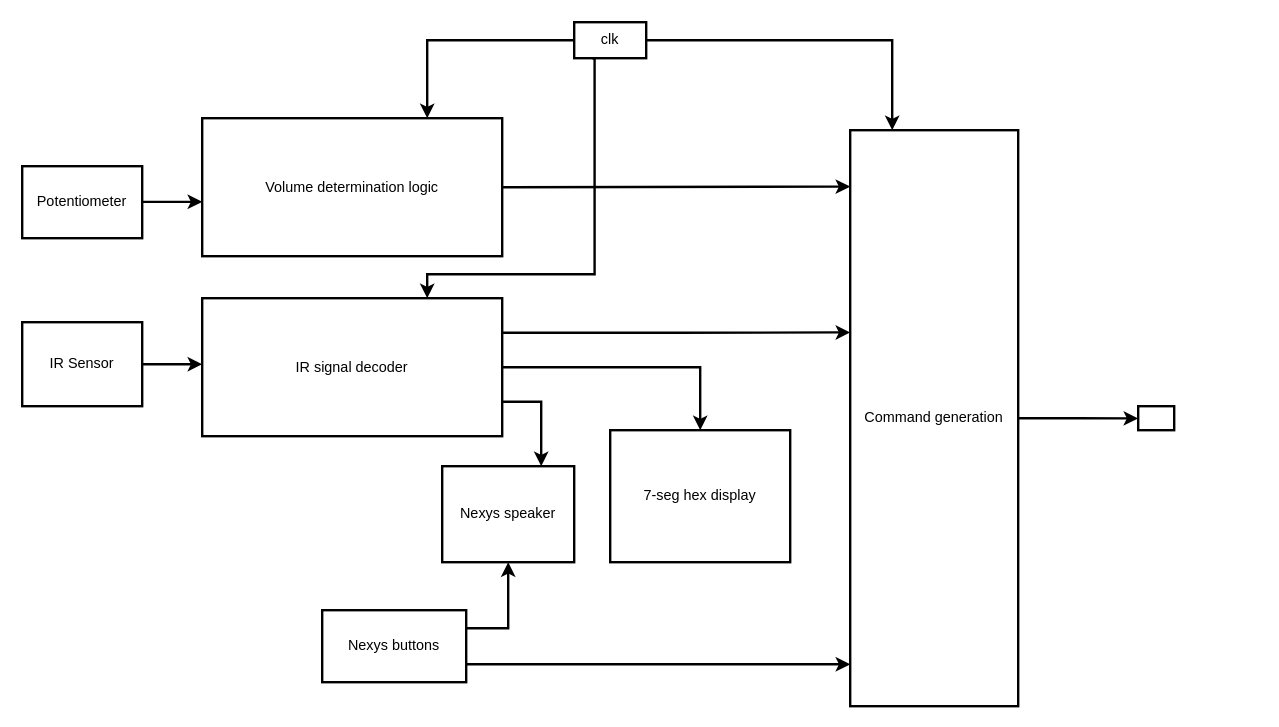
beebdev/Brown_3601 keeps this draw.io diagram as page "FPGA" (3 of 4) of Diagrams/diagrams.drawio. Above is the earlier version. Source tidied: cells renumbered, new cells numbered last; positions are measured from the earlier drawing's top-left corner, leaving out a move shared by most shapes. Both pictures are drawn from the tidied source at 120%, with x=0, y=0 at pixel (22, 22).
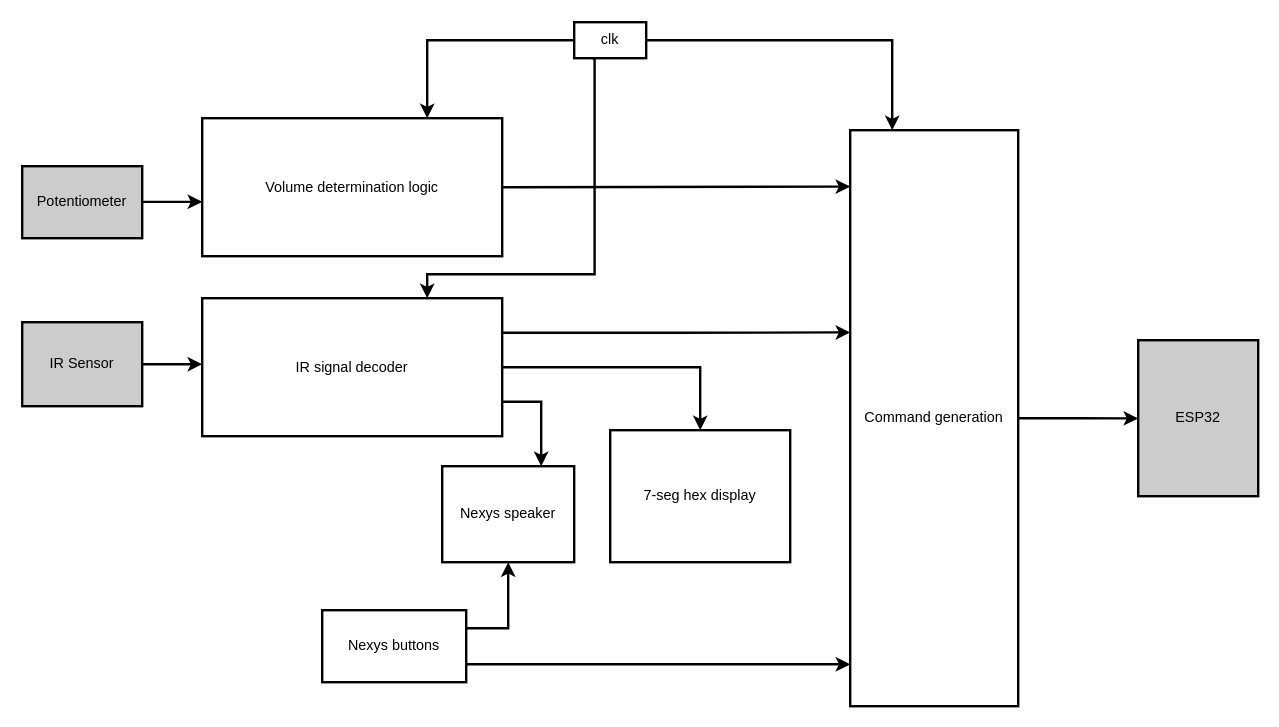
Above is the later version.

Change to the diagram source:
```diff
@@
-    <mxCell id="2" value="IR Sensor" style="rounded=0;whiteSpace=wrap;html=1;strokeWidth=2;fillColor=#FFFFFF;" parent="1" vertex="1">
+    <mxCell id="2" value="IR Sensor" style="rounded=0;whiteSpace=wrap;html=1;strokeWidth=2;fillColor=#CCCCCC;" parent="1" vertex="1">
       <mxGeometry y="250" width="100" height="70" as="geometry" />
     </mxCell>
@@
-    <mxCell id="10" value="Potentiometer" style="rounded=0;whiteSpace=wrap;html=1;strokeWidth=2;fillColor=#FFFFFF;" parent="1" vertex="1">
+    <mxCell id="10" value="Potentiometer" style="rounded=0;whiteSpace=wrap;html=1;strokeWidth=2;fillColor=#CCCCCC;" parent="1" vertex="1">
       <mxGeometry y="120" width="100" height="60" as="geometry" />
     </mxCell>
@@
-    <mxCell id="19" style="rounded=0;whiteSpace=wrap;html=1;strokeWidth=2;fillColor=#FFFFFF;" parent="1" vertex="1">
-      <mxGeometry x="930" y="320" width="30" height="20" as="geometry" />
+    <mxCell id="19" value="ESP32" style="rounded=0;whiteSpace=wrap;html=1;strokeWidth=2;fillColor=#CCCCCC;" parent="1" vertex="1">
+      <mxGeometry x="930" y="265" width="100" height="130" as="geometry" />
     </mxCell>
```
